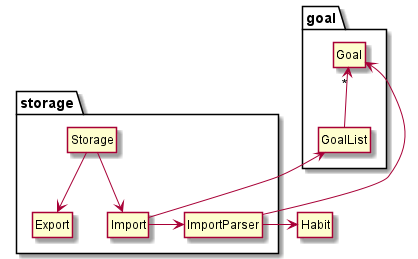
Before: docs/Diagram Images/StorageClassDiagram.png, a diagram exported from PlantUML (nus-cs2113-AY2122S1/tp).
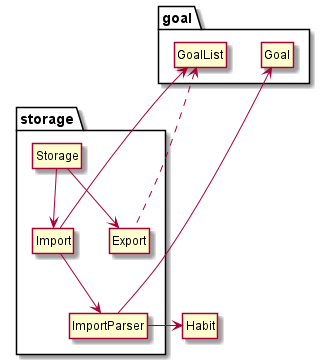
Above is the later version.

Diff of the diagram source:
```diff
@@ -8,7 +8,7 @@
 class Export
 
 Storage --> Import
-Import -> ImportParser
+Import --> ImportParser
 Storage --> Export
 }
 
@@ -20,8 +20,8 @@
 class Goal
 class GoalList
 Goal <-- ImportParser
-Goal "*" <-- GoalList
 GoalList <-- Import
+GoalList <... Export
 }
 
 @enduml
```
